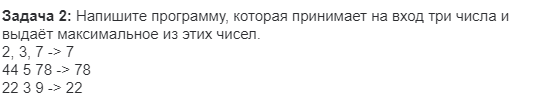
Rodri3834/CSharpProject keeps this draw.io diagram as HomeWork01/Ex002/diagram.drawio.png. Above is the earlier version. Source tidied: cells renumbered, new cells last; positions are measured from the earlier drawing's top-left corner, leaving out a move shared by most shapes. Source of this version:
```xml
<mxGraphModel>
  <root>
    <mxCell id="0" />
    <mxCell id="1" parent="0" />
    <mxCell id="2" value="&lt;p style=&quot;box-sizing: border-box; margin: 0px; font-weight: 400; color: rgb(44, 45, 48); font-family: roboto, &amp;quot;san francisco&amp;quot;, &amp;quot;helvetica neue&amp;quot;, helvetica, arial; font-size: 15px; font-style: normal; letter-spacing: normal; text-indent: 0px; text-transform: none; word-spacing: 0px; background-color: rgb(255, 255, 255);&quot;&gt;&lt;strong style=&quot;box-sizing: border-box ; font-weight: 700&quot;&gt;Задача 2:&lt;/strong&gt;&lt;span&gt;&amp;nbsp;&lt;/span&gt;Напишите программу, которая принимает на вход три числа и выдаёт максимальное из этих чисел.&lt;/p&gt;&lt;p style=&quot;box-sizing: border-box; margin: 0px; font-weight: 400; color: rgb(44, 45, 48); font-family: roboto, &amp;quot;san francisco&amp;quot;, &amp;quot;helvetica neue&amp;quot;, helvetica, arial; font-size: 15px; font-style: normal; letter-spacing: normal; text-indent: 0px; text-transform: none; word-spacing: 0px; background-color: rgb(255, 255, 255);&quot;&gt;2, 3, 7 -&amp;gt; 7&lt;br style=&quot;box-sizing: border-box&quot;&gt;44 5 78 -&amp;gt; 78&lt;br style=&quot;box-sizing: border-box&quot;&gt;22 3 9 -&amp;gt; 22&lt;/p&gt;" style="text;whiteSpace=wrap;html=1;" parent="1" vertex="1">
      <mxGeometry width="550" height="90" as="geometry" />
    </mxCell>
  </root>
</mxGraphModel>
```
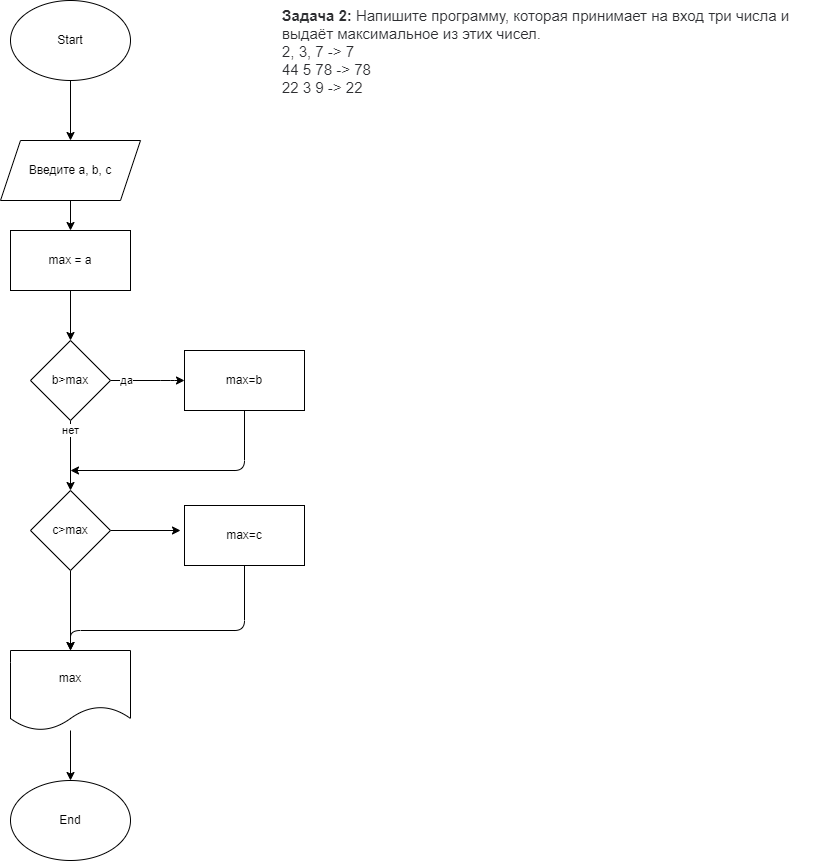
The same file after the commit.

Commit message:
Выполнил задание 2.

What changed in the source:
```diff
@@ -5,5 +5,89 @@
     <mxCell id="2" value="&lt;p style=&quot;box-sizing: border-box; margin: 0px; font-weight: 400; color: rgb(44, 45, 48); font-family: roboto, &amp;quot;san francisco&amp;quot;, &amp;quot;helvetica neue&amp;quot;, helvetica, arial; font-size: 15px; font-style: normal; letter-spacing: normal; text-indent: 0px; text-transform: none; word-spacing: 0px; background-color: rgb(255, 255, 255);&quot;&gt;&lt;strong style=&quot;box-sizing: border-box ; font-weight: 700&quot;&gt;Задача 2:&lt;/strong&gt;&lt;span&gt;&amp;nbsp;&lt;/span&gt;Напишите программу, которая принимает на вход три числа и выдаёт максимальное из этих чисел.&lt;/p&gt;&lt;p style=&quot;box-sizing: border-box; margin: 0px; font-weight: 400; color: rgb(44, 45, 48); font-family: roboto, &amp;quot;san francisco&amp;quot;, &amp;quot;helvetica neue&amp;quot;, helvetica, arial; font-size: 15px; font-style: normal; letter-spacing: normal; text-indent: 0px; text-transform: none; word-spacing: 0px; background-color: rgb(255, 255, 255);&quot;&gt;2, 3, 7 -&amp;gt; 7&lt;br style=&quot;box-sizing: border-box&quot;&gt;44 5 78 -&amp;gt; 78&lt;br style=&quot;box-sizing: border-box&quot;&gt;22 3 9 -&amp;gt; 22&lt;/p&gt;" style="text;whiteSpace=wrap;html=1;" parent="1" vertex="1">
       <mxGeometry width="550" height="90" as="geometry" />
     </mxCell>
+    <mxCell id="3" style="edgeStyle=none;html=1;" parent="1" edge="1" source="4">
+      <mxGeometry relative="1" as="geometry">
+        <mxPoint x="-210" y="140" as="targetPoint" />
+      </mxGeometry>
+    </mxCell>
+    <mxCell id="4" value="Start" style="ellipse;whiteSpace=wrap;html=1;" parent="1" vertex="1">
+      <mxGeometry x="-270" width="120" height="80" as="geometry" />
+    </mxCell>
+    <mxCell id="5" style="edgeStyle=none;html=1;" parent="1" edge="1" source="6" target="8">
+      <mxGeometry relative="1" as="geometry" />
+    </mxCell>
+    <mxCell id="6" value="Введите a, b, c" style="shape=parallelogram;perimeter=parallelogramPerimeter;whiteSpace=wrap;html=1;fixedSize=1;" parent="1" vertex="1">
+      <mxGeometry x="-280" y="140" width="140" height="60" as="geometry" />
+    </mxCell>
+    <mxCell id="7" style="edgeStyle=none;html=1;" parent="1" edge="1" source="8">
+      <mxGeometry relative="1" as="geometry">
+        <mxPoint x="-210" y="340" as="targetPoint" />
+      </mxGeometry>
+    </mxCell>
+    <mxCell id="8" value="max = a" style="whiteSpace=wrap;html=1;" parent="1" vertex="1">
+      <mxGeometry x="-270" y="230" width="120" height="60" as="geometry" />
+    </mxCell>
+    <mxCell id="9" value="да" style="edgeStyle=none;html=1;exitX=1;exitY=0.5;exitDx=0;exitDy=0;" parent="1" edge="1" source="11" target="13">
+      <mxGeometry x="-0.57" relative="1" as="geometry">
+        <Array as="points">
+          <mxPoint x="-110" y="380" />
+        </Array>
+      </mxGeometry>
+    </mxCell>
+    <mxCell id="10" value="нет" style="edgeStyle=none;html=1;" parent="1" edge="1" source="11">
+      <mxGeometry x="-0.71" relative="1" as="geometry">
+        <mxPoint x="-210" y="490" as="targetPoint" />
+      </mxGeometry>
+    </mxCell>
+    <mxCell id="11" value="b&amp;gt;max" style="rhombus;whiteSpace=wrap;html=1;" parent="1" vertex="1">
+      <mxGeometry x="-250" y="340" width="80" height="80" as="geometry" />
+    </mxCell>
+    <mxCell id="12" style="edgeStyle=none;html=1;" parent="1" edge="1" source="13">
+      <mxGeometry relative="1" as="geometry">
+        <mxPoint x="-210" y="470" as="targetPoint" />
+        <Array as="points">
+          <mxPoint x="-36" y="470" />
+        </Array>
+      </mxGeometry>
+    </mxCell>
+    <mxCell id="13" value="max=b" style="rounded=0;whiteSpace=wrap;html=1;" parent="1" vertex="1">
+      <mxGeometry x="-96" y="350" width="120" height="60" as="geometry" />
+    </mxCell>
+    <mxCell id="14" style="edgeStyle=none;html=1;" parent="1" edge="1" source="16">
+      <mxGeometry relative="1" as="geometry">
+        <mxPoint x="-100" y="530" as="targetPoint" />
+      </mxGeometry>
+    </mxCell>
+    <mxCell id="15" style="edgeStyle=none;html=1;" parent="1" edge="1" source="16">
+      <mxGeometry relative="1" as="geometry">
+        <mxPoint x="-210" y="650" as="targetPoint" />
+      </mxGeometry>
+    </mxCell>
+    <mxCell id="16" value="с&amp;gt;max" style="rhombus;whiteSpace=wrap;html=1;" parent="1" vertex="1">
+      <mxGeometry x="-250" y="490" width="80" height="80" as="geometry" />
+    </mxCell>
+    <mxCell id="17" style="edgeStyle=none;html=1;" parent="1" edge="1" source="18">
+      <mxGeometry relative="1" as="geometry">
+        <mxPoint x="-210" y="650" as="targetPoint" />
+        <Array as="points">
+          <mxPoint x="-36" y="630" />
+          <mxPoint x="-210" y="630" />
+        </Array>
+      </mxGeometry>
+    </mxCell>
+    <mxCell id="18" value="max=c" style="rounded=0;whiteSpace=wrap;html=1;" parent="1" vertex="1">
+      <mxGeometry x="-96" y="505" width="120" height="60" as="geometry" />
+    </mxCell>
+    <mxCell id="19" style="edgeStyle=none;html=1;" parent="1" edge="1" source="20">
+      <mxGeometry relative="1" as="geometry">
+        <mxPoint x="-210" y="780" as="targetPoint" />
+      </mxGeometry>
+    </mxCell>
+    <mxCell id="20" value="max" style="shape=document;whiteSpace=wrap;html=1;boundedLbl=1;" parent="1" vertex="1">
+      <mxGeometry x="-270" y="650" width="120" height="80" as="geometry" />
+    </mxCell>
+    <mxCell id="21" value="End" style="ellipse;whiteSpace=wrap;html=1;" parent="1" vertex="1">
+      <mxGeometry x="-270" y="780" width="120" height="80" as="geometry" />
+    </mxCell>
   </root>
 </mxGraphModel>
```
